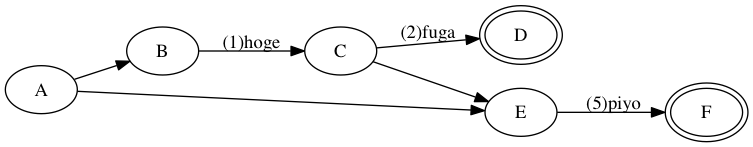
The Graphviz diagram logq/spec/nfa.png in takada-at/logq, before a commit. Its source is kept beside it as logq/spec/nfa.dot. Source of this version:
```dot
digraph nfa {
 graph [size = "50, 30", rankdir = LR];
 D [peripheries = 2];
 F [peripheries = 2];
 A -> B;
 A -> E;
 B -> C [label = "(1)hoge"];
 C -> D [label = "(2)fuga"];
 C -> E;
 E -> F [label = "(5)piyo"];
}
```
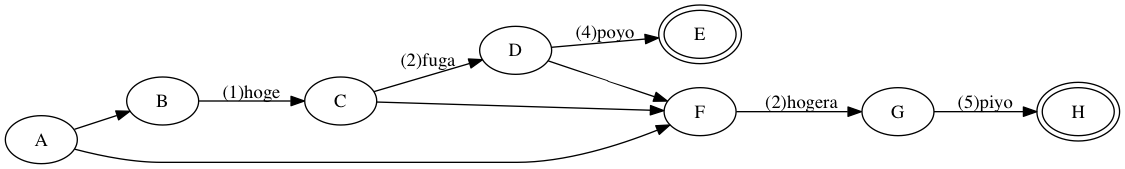
Above is the later version.

Diff of the diagram source:
```diff
@@ -1,11 +1,14 @@
 digraph nfa {
  graph [size = "50, 30", rankdir = LR];
- D [peripheries = 2];
- F [peripheries = 2];
+ E [peripheries = 2];
+ H [peripheries = 2];
  A -> B;
- A -> E;
+ A -> F;
  B -> C [label = "(1)hoge"];
  C -> D [label = "(2)fuga"];
- C -> E;
- E -> F [label = "(5)piyo"];
+ D -> E [label = "(4)poyo"];
+ F -> G [label = "(2)hogera"];
+ G -> H [label = "(5)piyo"];
+ C -> F;
+ D -> F;
 }
```
